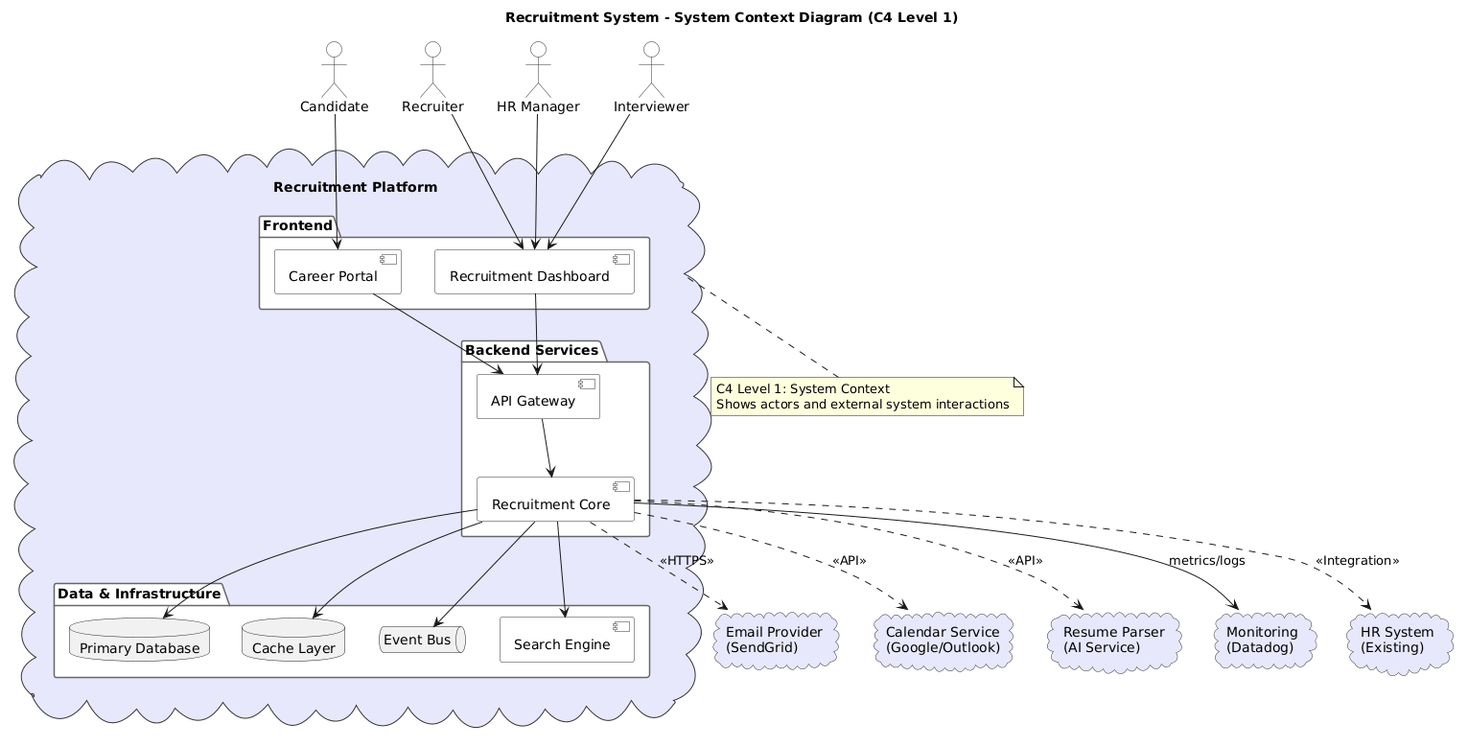
Before: modules/dist/recr/images/architecture/recruitment-architecture.png, a diagram exported from PlantUML (namnh240795/document).
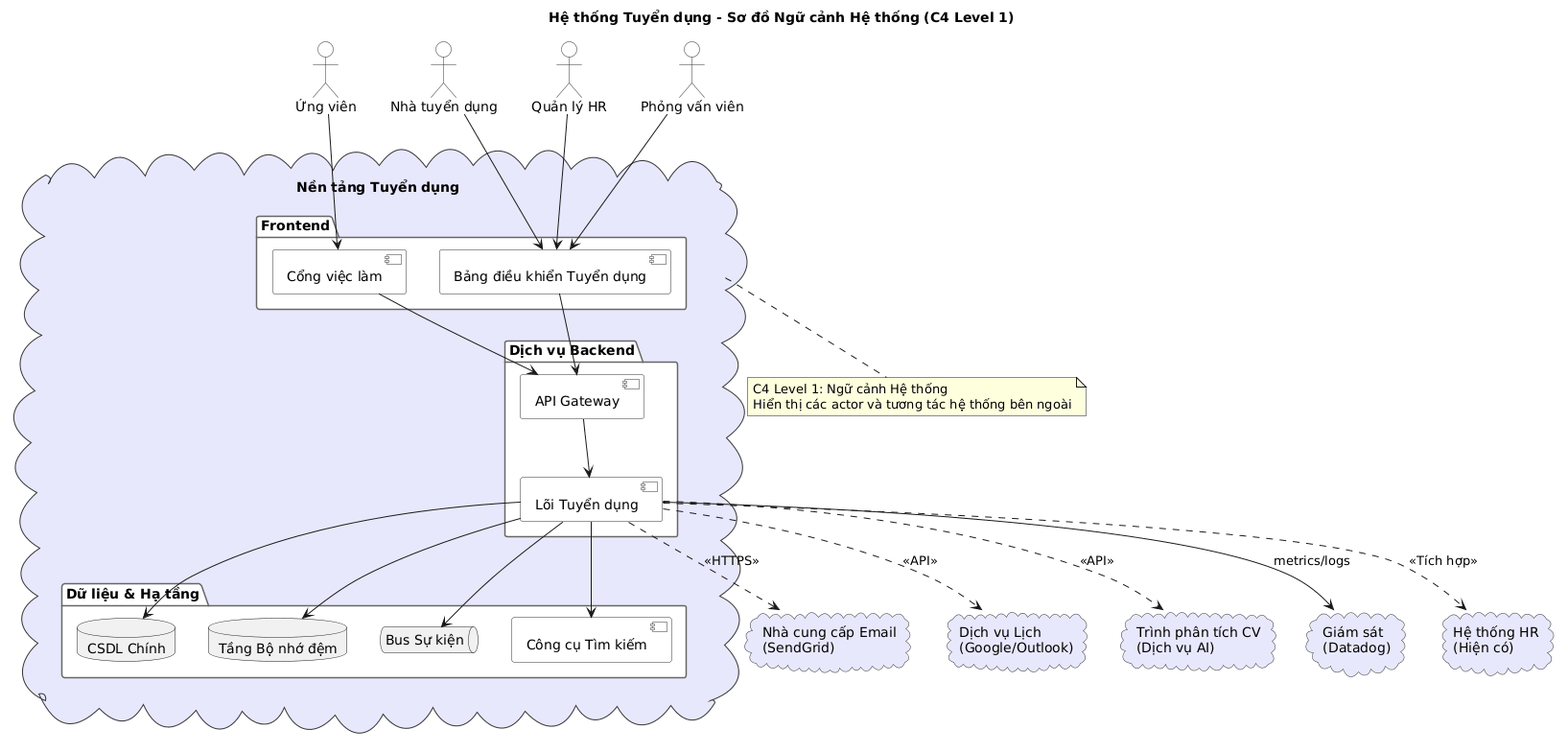
Above is the later version.

Diff of the diagram source:
```diff
@@ -17,37 +17,37 @@
   BorderColor #333333
 }
 
-title Recruitment System - System Context Diagram (C4 Level 1)
+title Hệ thống Tuyển dụng - Sơ đồ Ngữ cảnh Hệ thống (C4 Level 1)
 
-actor "Candidate" as candidate
-actor "Recruiter" as recruiter
-actor "HR Manager" as hr
-actor "Interviewer" as interviewer
+actor "Ứng viên" as candidate
+actor "Nhà tuyển dụng" as recruiter
+actor "Quản lý HR" as hr
+actor "Phỏng vấn viên" as interviewer
 
-cloud "Recruitment Platform" as system {
+cloud "Nền tảng Tuyển dụng" as system {
   package "Frontend" {
-    [Career Portal] as portal
-    [Recruitment Dashboard] as dashboard
+    [Cổng việc làm] as portal
+    [Bảng điều khiển Tuyển dụng] as dashboard
   }
 
-  package "Backend Services" {
+  package "Dịch vụ Backend" {
     [API Gateway] as gw
-    [Recruitment Core] as core
+    [Lõi Tuyển dụng] as core
   }
 
-  package "Data & Infrastructure" {
-    database "Primary Database" as db
-    database "Cache Layer" as cache
-    queue "Event Bus" as mq
-    [Search Engine] as search
+  package "Dữ liệu & Hạ tầng" {
+    database "CSDL Chính" as db
+    database "Tầng Bộ nhớ đệm" as cache
+    queue "Bus Sự kiện" as mq
+    [Công cụ Tìm kiếm] as search
   }
 }
 
-cloud "Email Provider\n(SendGrid)" as email
-cloud "Calendar Service\n(Google/Outlook)" as calendar
-cloud "Resume Parser\n(AI Service)" as parser
-cloud "Monitoring\n(Datadog)" as monitoring
-cloud "HR System\n(Existing)" as hrSystem
+cloud "Nhà cung cấp Email\n(SendGrid)" as email
+cloud "Dịch vụ Lịch\n(Google/Outlook)" as calendar
+cloud "Trình phân tích CV\n(Dịch vụ AI)" as parser
+cloud "Giám sát\n(Datadog)" as monitoring
+cloud "Hệ thống HR\n(Hiện có)" as hrSystem
 
 candidate --> portal
 recruiter --> dashboard
@@ -67,13 +67,13 @@
 core ..> email : <<HTTPS>>
 core ..> calendar : <<API>>
 core ..> parser : <<API>>
-core ..> hrSystem : <<Integration>>
+core ..> hrSystem : <<Tích hợp>>
 
 core --> monitoring : metrics/logs
 
 note bottom of system
-  C4 Level 1: System Context
-  Shows actors and external system interactions
+  C4 Level 1: Ngữ cảnh Hệ thống
+  Hiển thị các actor và tương tác hệ thống bên ngoài
 end note
 
 @enduml
```
